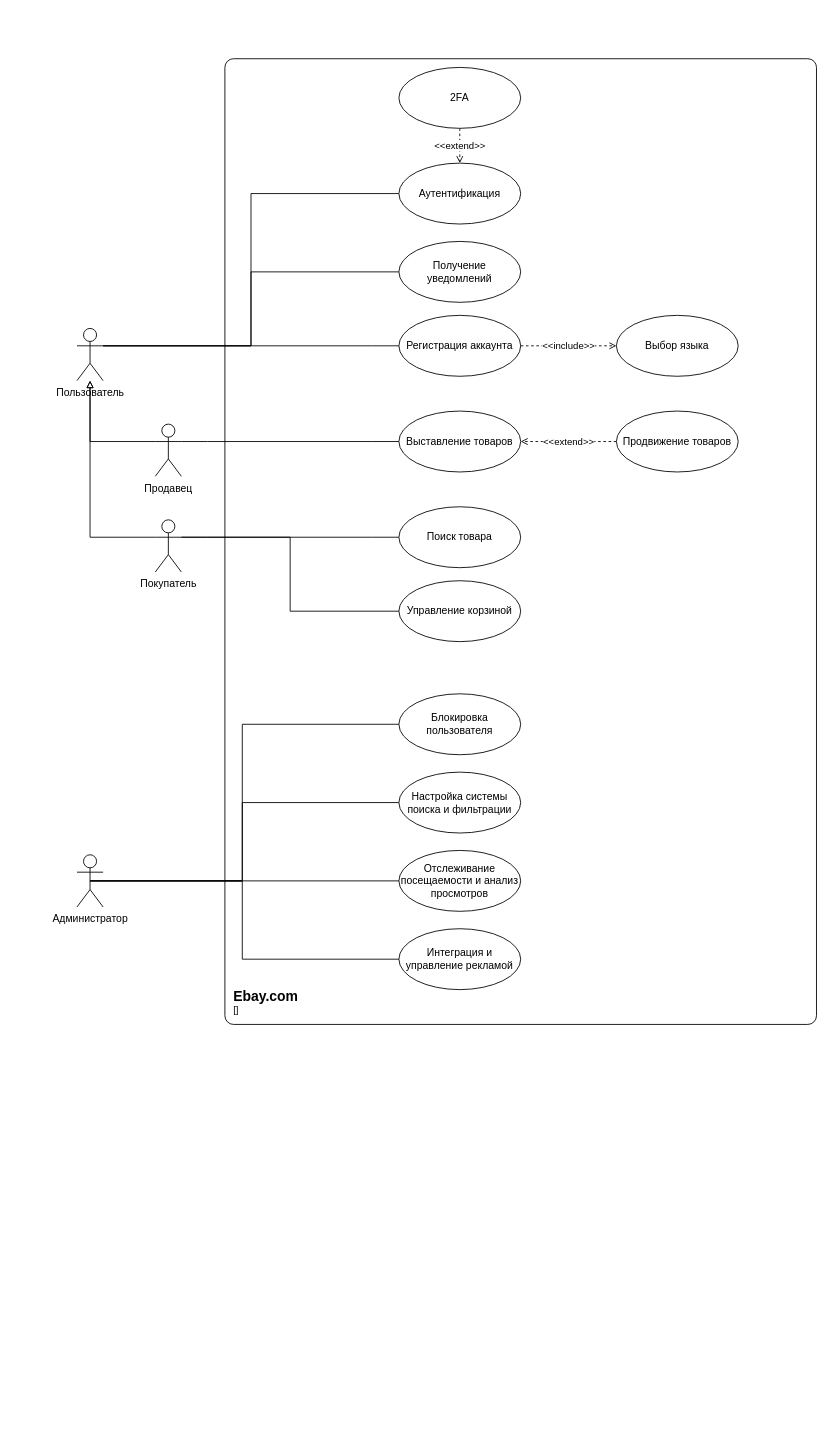
Earlier version of the draw.io diagram 2COURSE/2SEM/OPI/lab1/UseCase.drawio (graevsky/ITMO). Source tidied: cells renumbered, new cells numbered last; positions are measured from the earlier drawing's top-left corner, leaving out a move shared by most shapes. Both pictures are drawn from the tidied source at 87%, with x=0, y=0 at pixel (77, 58).
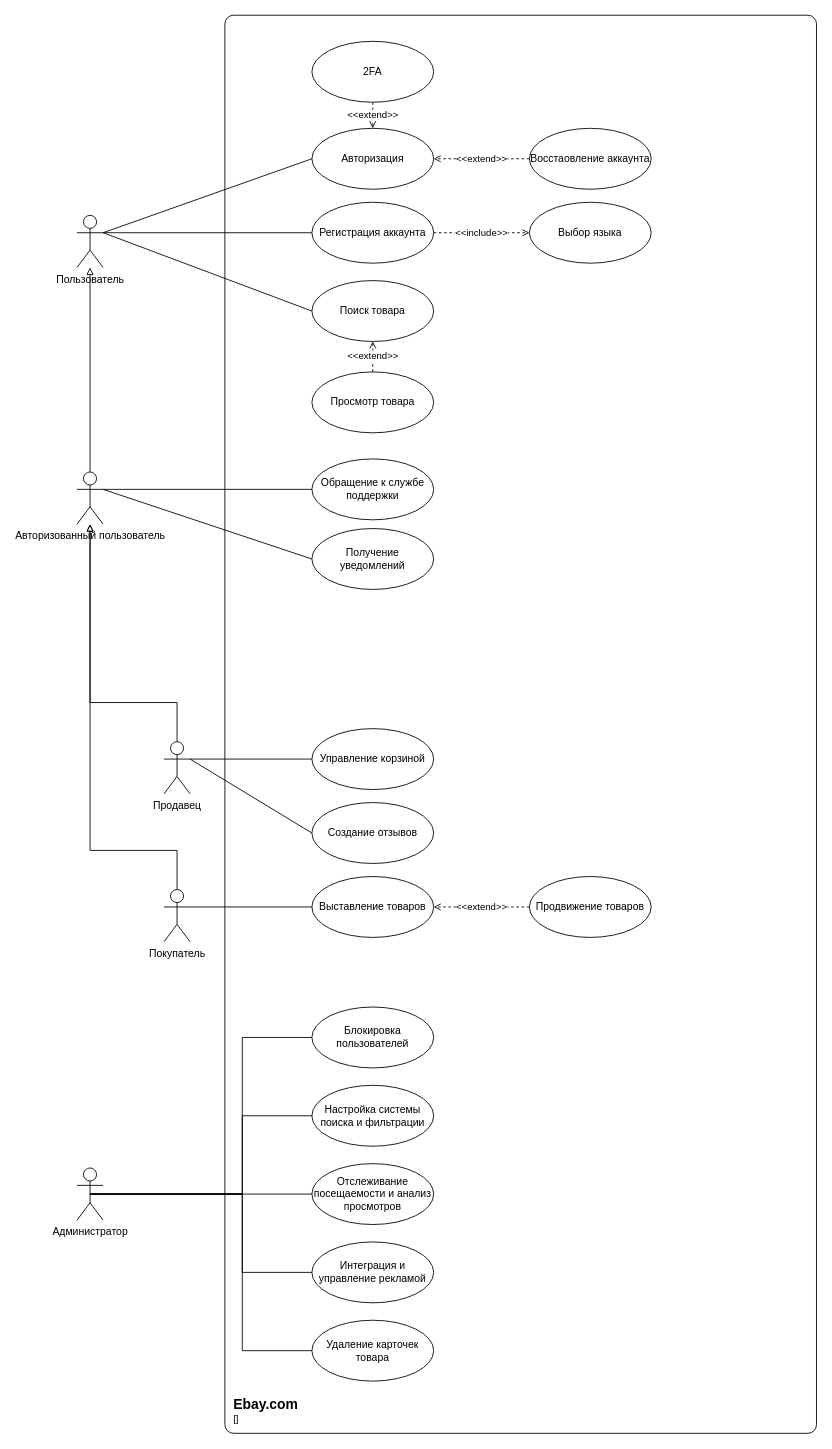
The same diagram, later.

What changed in the source:
```diff
@@
     <mxCell id="2" value="Пользователь" style="shape=umlActor;verticalLabelPosition=bottom;verticalAlign=top;html=1;" parent="1" vertex="1">
-      <mxGeometry y="310" width="30" height="60" as="geometry" />
+      <mxGeometry y="180" width="30" height="60" as="geometry" />
     </mxCell>
     <mxCell id="3" value="Регистрация аккаунта" style="ellipse;whiteSpace=wrap;html=1;" parent="1" vertex="1">
-      <mxGeometry x="370" y="295" width="140" height="70" as="geometry" />
+      <mxGeometry x="270" y="165" width="140" height="70" as="geometry" />
     </mxCell>
@@
     <mxCell id="5" value="Поиск товара" style="ellipse;whiteSpace=wrap;html=1;" parent="1" vertex="1">
-      <mxGeometry x="370" y="515" width="140" height="70" as="geometry" />
+      <mxGeometry x="270" y="255" width="140" height="70" as="geometry" />
     </mxCell>
     <mxCell id="6" value="Управление корзиной" style="ellipse;whiteSpace=wrap;html=1;" parent="1" vertex="1">
-      <mxGeometry x="370" y="600" width="140" height="70" as="geometry" />
+      <mxGeometry x="270" y="770" width="140" height="70" as="geometry" />
     </mxCell>
     <mxCell id="7" value="Выбор языка" style="ellipse;whiteSpace=wrap;html=1;" parent="1" vertex="1">
-      <mxGeometry x="620" y="295" width="140" height="70" as="geometry" />
+      <mxGeometry x="520" y="165" width="140" height="70" as="geometry" />
     </mxCell>
-    <mxCell id="8" style="rounded=0;jettySize=auto;html=1;exitX=0;exitY=0.5;exitDx=0;exitDy=0;endArrow=none;endFill=0;entryX=1;entryY=0.3333333333333333;entryDx=0;entryDy=0;entryPerimeter=0;edgeStyle=orthogonalEdgeStyle;" parent="1" edge="1" source="9" target="2">
-      <mxGeometry relative="1" as="geometry" />
-    </mxCell>
     <mxCell id="9" value="Получение уведомлений" style="ellipse;whiteSpace=wrap;html=1;" parent="1" vertex="1">
-      <mxGeometry x="370" y="210" width="140" height="70" as="geometry" />
+      <mxGeometry x="270" y="540" width="140" height="70" as="geometry" />
     </mxCell>
@@
     <mxCell id="11" value="2FA" style="ellipse;whiteSpace=wrap;html=1;" parent="1" vertex="1">
-      <mxGeometry x="370" y="10" width="140" height="70" as="geometry" />
+      <mxGeometry x="270" y="-20" width="140" height="70" as="geometry" />
     </mxCell>
-    <mxCell id="12" style="rounded=0;jettySize=auto;html=1;exitX=0;exitY=0.5;exitDx=0;exitDy=0;endArrow=none;endFill=0;entryX=1;entryY=0.3333333333333333;entryDx=0;entryDy=0;entryPerimeter=0;edgeStyle=orthogonalEdgeStyle;" parent="1" edge="1" source="13" target="2">
-      <mxGeometry relative="1" as="geometry" />
-    </mxCell>
-    <mxCell id="13" value="Аутентификация" style="ellipse;whiteSpace=wrap;html=1;" parent="1" vertex="1">
-      <mxGeometry x="370" y="120" width="140" height="70" as="geometry" />
+    <mxCell id="13" value="Авторизация" style="ellipse;whiteSpace=wrap;html=1;" parent="1" vertex="1">
+      <mxGeometry x="270" y="80" width="140" height="70" as="geometry" />
     </mxCell>
     <mxCell id="14" value="Выставление товаров" style="ellipse;whiteSpace=wrap;html=1;" parent="1" vertex="1">
-      <mxGeometry x="370" y="405" width="140" height="70" as="geometry" />
+      <mxGeometry x="270" y="940" width="140" height="70" as="geometry" />
     </mxCell>
@@
     <mxCell id="16" value="Продвижение товаров" style="ellipse;whiteSpace=wrap;html=1;" parent="1" vertex="1">
-      <mxGeometry x="620" y="405" width="140" height="70" as="geometry" />
+      <mxGeometry x="520" y="940" width="140" height="70" as="geometry" />
     </mxCell>
-    <mxCell id="17" style="edgeStyle=entityRelationEdgeStyle;rounded=0;jettySize=auto;html=1;exitX=0;exitY=0.5;exitDx=0;exitDy=0;endArrow=none;endFill=0;entryX=1;entryY=0.3333333333333333;entryDx=0;entryDy=0;entryPerimeter=0;elbow=vertical;" parent="1" edge="1" source="3" target="2">
-      <mxGeometry relative="1" as="geometry" />
-    </mxCell>
-    <mxCell id="18" style="edgeStyle=orthogonalEdgeStyle;rounded=0;jettySize=auto;html=1;exitX=0;exitY=0.3333333333333333;exitDx=0;exitDy=0;exitPerimeter=0;endArrow=block;endFill=0;" parent="1" edge="1" source="19" target="2">
-      <mxGeometry relative="1" as="geometry" />
-    </mxCell>
+    <mxCell id="35" style="edgeStyle=orthogonalEdgeStyle;rounded=0;jettySize=auto;html=1;exitX=0.5;exitY=0;exitDx=0;exitDy=0;exitPerimeter=0;endArrow=block;endFill=0;" parent="1" edge="1" source="19" target="40">
+      <mxGeometry relative="1" as="geometry">
+        <Array as="points">
+          <mxPoint x="115" y="910" />
+          <mxPoint x="15" y="910" />
+        </Array>
+      </mxGeometry>
+    </mxCell>
     <mxCell id="19" value="Покупатель" style="shape=umlActor;verticalLabelPosition=bottom;verticalAlign=top;html=1;" parent="1" vertex="1">
-      <mxGeometry x="90" y="530" width="30" height="60" as="geometry" />
+      <mxGeometry x="100" y="955" width="30" height="60" as="geometry" />
     </mxCell>
-    <mxCell id="20" style="edgeStyle=orthogonalEdgeStyle;rounded=0;jettySize=auto;html=1;exitX=0;exitY=0.3333333333333333;exitDx=0;exitDy=0;exitPerimeter=0;endArrow=block;endFill=0;" parent="1" edge="1" source="21" target="2">
-      <mxGeometry relative="1" as="geometry" />
-    </mxCell>
+    <mxCell id="36" style="edgeStyle=orthogonalEdgeStyle;rounded=0;jettySize=auto;html=1;exitX=0.5;exitY=0;exitDx=0;exitDy=0;exitPerimeter=0;endArrow=block;endFill=0;" parent="1" edge="1" source="21" target="40">
+      <mxGeometry relative="1" as="geometry">
+        <Array as="points">
+          <mxPoint x="115" y="740" />
+          <mxPoint x="15" y="740" />
+        </Array>
+      </mxGeometry>
+    </mxCell>
     <mxCell id="21" value="Продавец" style="shape=umlActor;verticalLabelPosition=bottom;verticalAlign=top;html=1;" parent="1" vertex="1">
-      <mxGeometry x="90" y="420" width="30" height="60" as="geometry" />
+      <mxGeometry x="100" y="785" width="30" height="60" as="geometry" />
     </mxCell>
-    <mxCell id="22" style="edgeStyle=entityRelationEdgeStyle;rounded=0;jettySize=auto;html=1;exitX=0;exitY=0.5;exitDx=0;exitDy=0;entryX=1;entryY=0.3333333333333333;entryDx=0;entryDy=0;entryPerimeter=0;endArrow=none;endFill=0;" parent="1" edge="1" source="14" target="21">
-      <mxGeometry relative="1" as="geometry" />
-    </mxCell>
-    <mxCell id="23" style="edgeStyle=entityRelationEdgeStyle;rounded=0;jettySize=auto;html=1;exitX=0;exitY=0.5;exitDx=0;exitDy=0;entryX=1;entryY=0.3333333333333333;entryDx=0;entryDy=0;entryPerimeter=0;endArrow=none;endFill=0;" parent="1" edge="1" source="5" target="19">
-      <mxGeometry relative="1" as="geometry" />
-    </mxCell>
-    <mxCell id="24" style="edgeStyle=orthogonalEdgeStyle;rounded=0;jettySize=auto;html=1;exitX=0;exitY=0.5;exitDx=0;exitDy=0;entryX=1;entryY=0.3333333333333333;entryDx=0;entryDy=0;entryPerimeter=0;endArrow=none;endFill=0;" parent="1" edge="1" source="6" target="19">
-      <mxGeometry relative="1" as="geometry" />
-    </mxCell>
     <object id="25" label="&lt;font style=&quot;font-size: 16px&quot;&gt;&lt;b&gt;&lt;div style=&quot;text-align: left&quot;&gt;%c4Name%&lt;/div&gt;&lt;/b&gt;&lt;/font&gt;&lt;div style=&quot;text-align: left&quot;&gt;[%c4Application%]&lt;/div&gt;" c4Application="" c4Name="Ebay.com" placeholders="1">
       <mxCell style="rounded=1;fontSize=11;whiteSpace=wrap;html=1;arcSize=20;labelBackgroundColor=none;align=left;verticalAlign=bottom;labelBorderColor=none;spacingTop=0;spacing=10;perimeter=rectanglePerimeter;noLabel=0;labelPadding=0;absoluteArcSize=1;fillColor=none;" parent="1" vertex="1">
-        <mxGeometry x="170" width="680" height="1110" as="geometry" />
+        <mxGeometry x="170" y="-50" width="680" height="1630" as="geometry" />
       </mxCell>
     </object>
     <mxCell id="26" value="Настройка системы поиска и фильтрации" style="ellipse;whiteSpace=wrap;html=1;" parent="1" vertex="1">
-      <mxGeometry x="370" y="820" width="140" height="70" as="geometry" />
+      <mxGeometry x="270" y="1180" width="140" height="70" as="geometry" />
     </mxCell>
     <mxCell id="27" value="Отслеживание посещаемости и анализ просмотров" style="ellipse;whiteSpace=wrap;html=1;" parent="1" vertex="1">
-      <mxGeometry x="370" y="910" width="140" height="70" as="geometry" />
+      <mxGeometry x="270" y="1270" width="140" height="70" as="geometry" />
     </mxCell>
     <mxCell id="28" value="Интеграция и управление рекламой" style="ellipse;whiteSpace=wrap;html=1;" parent="1" vertex="1">
-      <mxGeometry x="370" y="1000" width="140" height="70" as="geometry" />
+      <mxGeometry x="270" y="1360" width="140" height="70" as="geometry" />
     </mxCell>
     <mxCell id="29" value="Администратор" style="shape=umlActor;verticalLabelPosition=bottom;verticalAlign=top;html=1;" parent="1" vertex="1">
-      <mxGeometry y="915" width="30" height="60" as="geometry" />
+      <mxGeometry y="1275" width="30" height="60" as="geometry" />
     </mxCell>
     <mxCell id="30" style="edgeStyle=orthogonalEdgeStyle;rounded=0;jettySize=auto;html=1;exitX=0;exitY=0.5;exitDx=0;exitDy=0;entryX=0.5;entryY=0.5;entryDx=0;entryDy=0;entryPerimeter=0;endArrow=none;endFill=0;" parent="1" edge="1" source="26" target="29">
       <mxGeometry relative="1" as="geometry">
         <Array as="points">
-          <mxPoint x="190" y="855" />
-          <mxPoint x="190" y="945" />
+          <mxPoint x="190" y="1215" />
+          <mxPoint x="190" y="1305" />
         </Array>
       </mxGeometry>
     </mxCell>
@@
     <mxCell id="32" style="edgeStyle=orthogonalEdgeStyle;rounded=0;jettySize=auto;html=1;exitX=0;exitY=0.5;exitDx=0;exitDy=0;entryX=0.5;entryY=0.5;entryDx=0;entryDy=0;entryPerimeter=0;endArrow=none;endFill=0;" parent="1" edge="1" source="28" target="29">
       <mxGeometry relative="1" as="geometry">
         <Array as="points">
-          <mxPoint x="190" y="1035" />
-          <mxPoint x="190" y="945" />
+          <mxPoint x="190" y="1395" />
+          <mxPoint x="190" y="1305" />
         </Array>
       </mxGeometry>
     </mxCell>
-    <mxCell id="33" value="Блокировка пользователя" style="ellipse;whiteSpace=wrap;html=1;" parent="1" vertex="1">
-      <mxGeometry x="370" y="730" width="140" height="70" as="geometry" />
+    <mxCell id="33" value="Блокировка пользователей" style="ellipse;whiteSpace=wrap;html=1;" parent="1" vertex="1">
+      <mxGeometry x="270" y="1090" width="140" height="70" as="geometry" />
     </mxCell>
     <mxCell id="34" style="edgeStyle=orthogonalEdgeStyle;rounded=0;jettySize=auto;html=1;exitX=0;exitY=0.5;exitDx=0;exitDy=0;entryX=0.5;entryY=0.5;entryDx=0;entryDy=0;entryPerimeter=0;endArrow=none;endFill=0;" parent="1" edge="1" source="33" target="29">
       <mxGeometry relative="1" as="geometry">
         <Array as="points">
-          <mxPoint x="190" y="765" />
-          <mxPoint x="190" y="945" />
+          <mxPoint x="190" y="1125" />
+          <mxPoint x="190" y="1305" />
         </Array>
       </mxGeometry>
     </mxCell>
+    <mxCell id="37" value="Удаление карточек товара" style="ellipse;whiteSpace=wrap;html=1;" parent="1" vertex="1">
+      <mxGeometry x="270" y="1450" width="140" height="70" as="geometry" />
+    </mxCell>
+    <mxCell id="38" style="edgeStyle=orthogonalEdgeStyle;rounded=0;jettySize=auto;html=1;exitX=0;exitY=0.5;exitDx=0;exitDy=0;entryX=0.5;entryY=0.5;entryDx=0;entryDy=0;entryPerimeter=0;endArrow=none;endFill=0;" parent="1" edge="1" source="37" target="29">
+      <mxGeometry relative="1" as="geometry">
+        <Array as="points">
+          <mxPoint x="190" y="1485" />
+          <mxPoint x="190" y="1305" />
+        </Array>
+      </mxGeometry>
+    </mxCell>
+    <mxCell id="39" style="edgeStyle=orthogonalEdgeStyle;rounded=0;jettySize=auto;html=1;exitX=0.5;exitY=0;exitDx=0;exitDy=0;exitPerimeter=0;endArrow=block;endFill=0;" parent="1" edge="1" source="40" target="2">
+      <mxGeometry relative="1" as="geometry" />
+    </mxCell>
+    <mxCell id="40" value="Авторизованный пользователь" style="shape=umlActor;verticalLabelPosition=bottom;verticalAlign=top;html=1;" parent="1" vertex="1">
+      <mxGeometry y="475" width="30" height="60" as="geometry" />
+    </mxCell>
+    <mxCell id="41" value="&amp;lt;&amp;lt;extend&amp;gt;&amp;gt;" style="rounded=0;jettySize=auto;html=1;exitX=0;exitY=0.5;exitDx=0;exitDy=0;entryX=1;entryY=0.5;entryDx=0;entryDy=0;dashed=1;endArrow=open;endFill=0;" parent="1" edge="1" source="42" target="13">
+      <mxGeometry relative="1" as="geometry" />
+    </mxCell>
+    <mxCell id="42" value="Восстаовление аккаунта" style="ellipse;whiteSpace=wrap;html=1;" parent="1" vertex="1">
+      <mxGeometry x="520" y="80" width="140" height="70" as="geometry" />
+    </mxCell>
+    <mxCell id="17" style="edgeStyle=orthogonalEdgeStyle;rounded=0;jettySize=auto;html=1;exitX=0;exitY=0.5;exitDx=0;exitDy=0;entryX=1;entryY=0.3333333333333333;entryDx=0;entryDy=0;entryPerimeter=0;endArrow=none;endFill=0;" parent="1" edge="1" source="3" target="2">
+      <mxGeometry relative="1" as="geometry" />
+    </mxCell>
+    <mxCell id="12" style="rounded=0;jettySize=auto;html=1;exitX=0;exitY=0.5;exitDx=0;exitDy=0;entryX=1;entryY=0.3333333333333333;entryDx=0;entryDy=0;entryPerimeter=0;endArrow=none;endFill=0;" parent="1" edge="1" source="13" target="2">
+      <mxGeometry relative="1" as="geometry" />
+    </mxCell>
+    <mxCell id="43" style="rounded=0;jettySize=auto;html=1;exitX=0;exitY=0.5;exitDx=0;exitDy=0;entryX=1;entryY=0.3333333333333333;entryDx=0;entryDy=0;entryPerimeter=0;endArrow=none;endFill=0;" parent="1" edge="1" source="5" target="2">
+      <mxGeometry relative="1" as="geometry" />
+    </mxCell>
+    <mxCell id="44" value="&amp;lt;&amp;lt;extend&amp;gt;&amp;gt;" style="edgeStyle=orthogonalEdgeStyle;rounded=0;jettySize=auto;html=1;exitX=0.5;exitY=0;exitDx=0;exitDy=0;entryX=0.5;entryY=1;entryDx=0;entryDy=0;dashed=1;endArrow=open;endFill=0;" parent="1" edge="1" source="45" target="5">
+      <mxGeometry relative="1" as="geometry" />
+    </mxCell>
+    <mxCell id="45" value="Просмотр товара" style="ellipse;whiteSpace=wrap;html=1;" parent="1" vertex="1">
+      <mxGeometry x="270" y="360" width="140" height="70" as="geometry" />
+    </mxCell>
+    <mxCell id="46" value="Обращение к службе поддержки" style="ellipse;whiteSpace=wrap;html=1;" parent="1" vertex="1">
+      <mxGeometry x="270" y="460" width="140" height="70" as="geometry" />
+    </mxCell>
+    <mxCell id="47" style="edgeStyle=orthogonalEdgeStyle;rounded=0;jettySize=auto;html=1;exitX=0;exitY=0.5;exitDx=0;exitDy=0;entryX=1;entryY=0.3333333333333333;entryDx=0;entryDy=0;entryPerimeter=0;endArrow=none;endFill=0;" parent="1" edge="1" source="46" target="40">
+      <mxGeometry relative="1" as="geometry" />
+    </mxCell>
+    <mxCell id="48" style="rounded=0;jettySize=auto;html=1;exitX=0;exitY=0.5;exitDx=0;exitDy=0;entryX=1;entryY=0.3333333333333333;entryDx=0;entryDy=0;entryPerimeter=0;endArrow=none;endFill=0;" parent="1" edge="1" source="9" target="40">
+      <mxGeometry relative="1" as="geometry" />
+    </mxCell>
+    <mxCell id="49" style="edgeStyle=orthogonalEdgeStyle;rounded=0;jettySize=auto;html=1;exitX=0;exitY=0.5;exitDx=0;exitDy=0;entryX=1;entryY=0.3333333333333333;entryDx=0;entryDy=0;entryPerimeter=0;endArrow=none;endFill=0;" parent="1" edge="1" source="6" target="21">
+      <mxGeometry relative="1" as="geometry" />
+    </mxCell>
+    <mxCell id="50" value="Создание отзывов" style="ellipse;whiteSpace=wrap;html=1;" parent="1" vertex="1">
+      <mxGeometry x="270" y="855" width="140" height="70" as="geometry" />
+    </mxCell>
+    <mxCell id="51" style="rounded=0;jettySize=auto;html=1;exitX=0;exitY=0.5;exitDx=0;exitDy=0;entryX=1;entryY=0.3333333333333333;entryDx=0;entryDy=0;entryPerimeter=0;endArrow=none;endFill=0;" parent="1" edge="1" source="50" target="21">
+      <mxGeometry relative="1" as="geometry" />
+    </mxCell>
+    <mxCell id="52" style="edgeStyle=orthogonalEdgeStyle;rounded=0;jettySize=auto;html=1;exitX=0;exitY=0.5;exitDx=0;exitDy=0;entryX=1;entryY=0.3333333333333333;entryDx=0;entryDy=0;entryPerimeter=0;endArrow=none;endFill=0;" parent="1" edge="1" source="14" target="19">
+      <mxGeometry relative="1" as="geometry" />
+    </mxCell>
```
